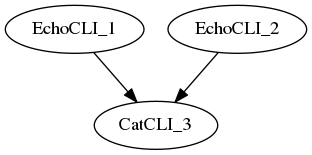
The Graphviz diagram src/site/resources/images/workflow.dag.png in jdr0887/MaPSeq-Pipeline-NCGenes-Incidental-VariantCalling, before a commit. Its source is kept beside it as src/site/resources/images/workflow.dag.dot.
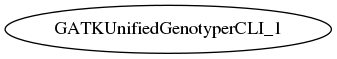
After the change.

Diff of the diagram source:
```diff
@@ -1,7 +1,3 @@
 digraph G {
-  EchoCLI_1 [ label="EchoCLI_1" ];
-  EchoCLI_2 [ label="EchoCLI_2" ];
-  CatCLI_3 [ label="CatCLI_3" ];
-  EchoCLI_1 -> CatCLI_3;
-  EchoCLI_2 -> CatCLI_3;
+  GATKUnifiedGenotyperCLI_1 [ label="GATKUnifiedGenotyperCLI_1" ];
 }
```
